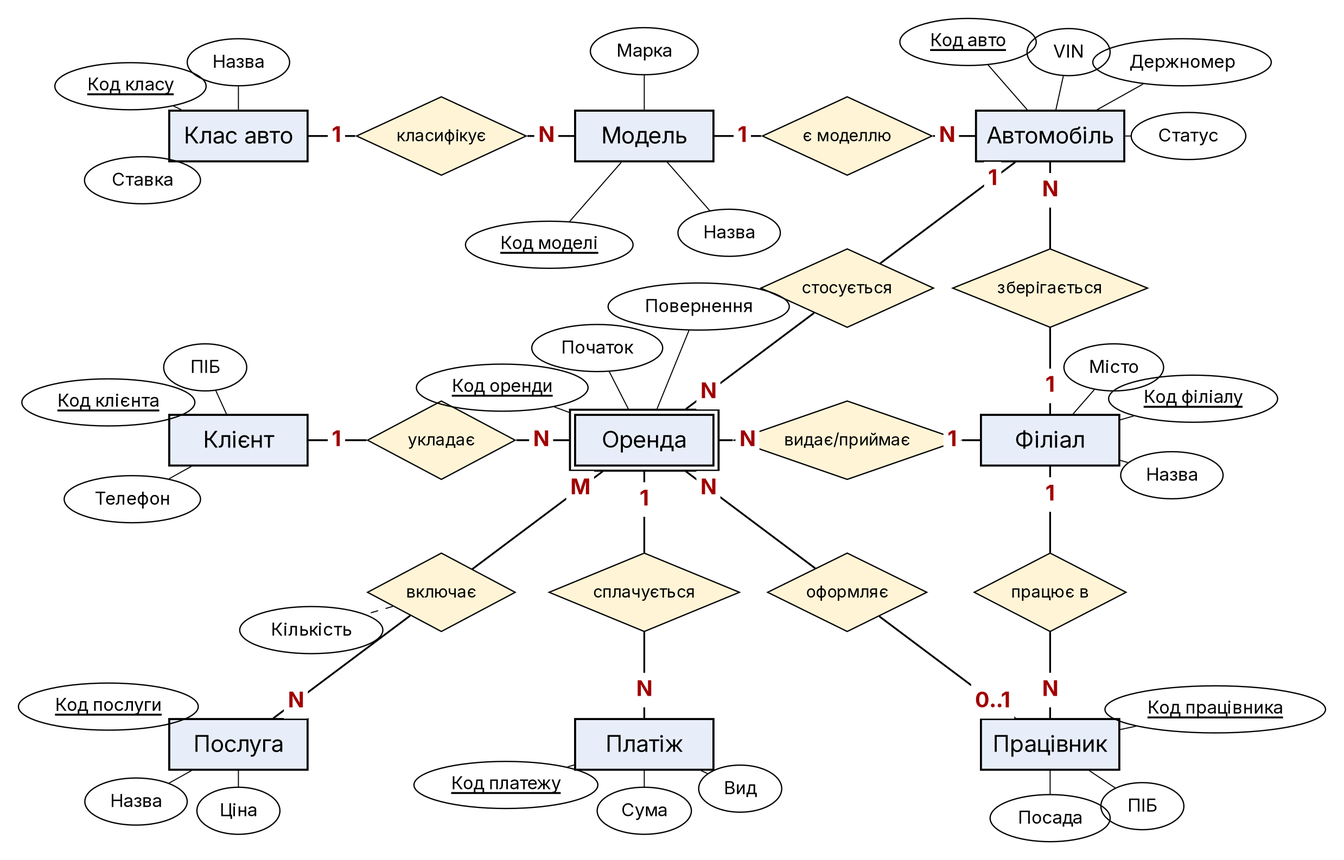
Before: db/pr-1.1/img/er_infological.png, a diagram exported from Graphviz (brizzinck/krinzhrepoduta). Its source is kept beside it as db/pr-1.1/er_infological.dot.
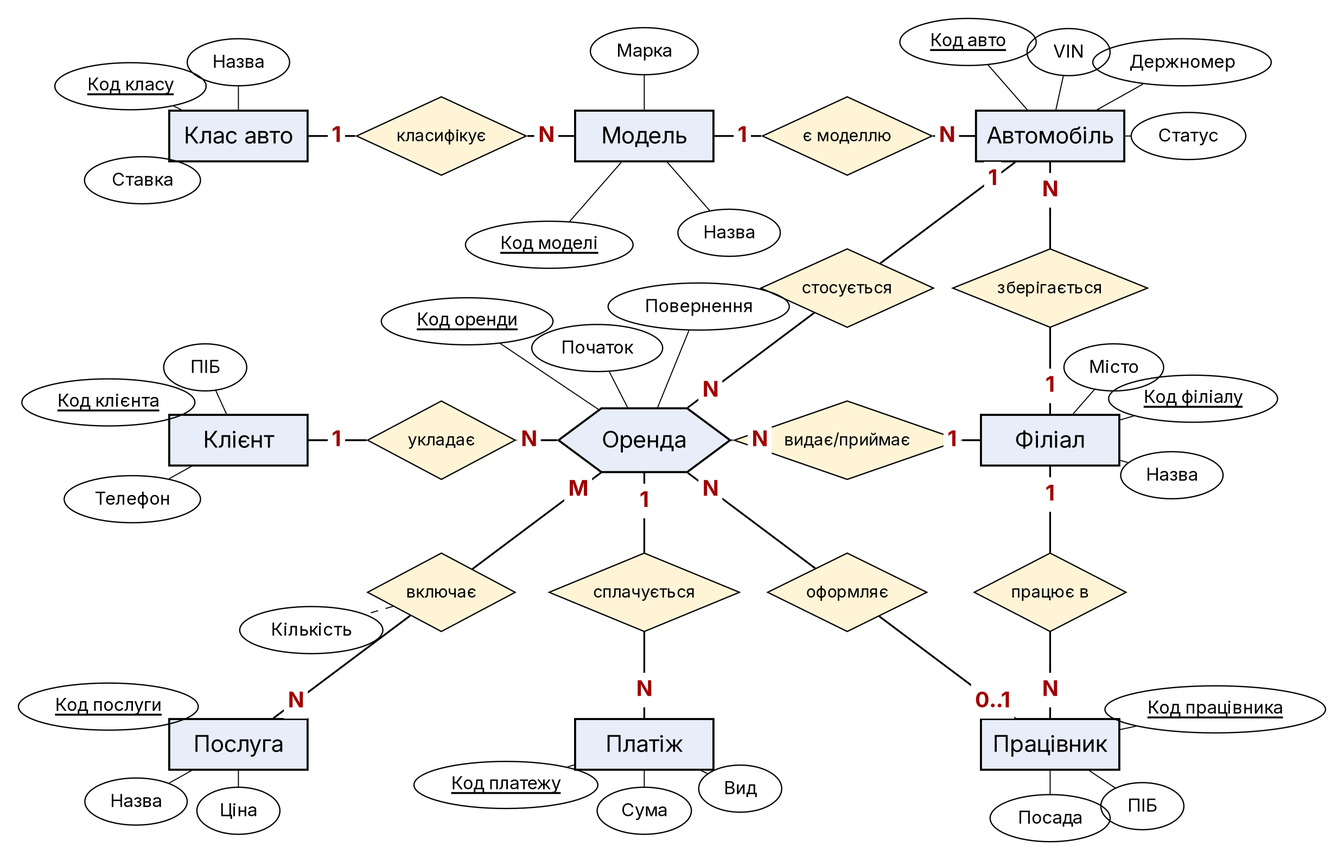
After the commit.

What changed in the source:
```diff
@@ -1,21 +1,21 @@
 graph infological {
   layout=neato; splines=false; overlap=true; pad=0.2;
   node [fontname="DejaVu Sans", fontsize=13]; edge [fontname="DejaVu Sans", fontsize=13, fontcolor="#a00000", labeldistance=2.0, labelangle=0];
-  class [label="Клас авто", shape=box, style=filled, fillcolor="#e8eef9", penwidth=1.6, peripheries=1, width=1.5, height=0.55, fontsize=18, pos="0.00,6.60!"];
+  class [label="Клас авто", shape=box, style=filled, fillcolor="#e8eef9", penwidth=1.6, width=1.5, height=0.55, fontsize=18, pos="0.00,6.60!"];
   class_a0 [label=<<U>Код класу</U>>, shape=ellipse, fontsize=14, width=0.9, height=0.4, pos="-1.17,7.14!"];
   class -- class_a0 [penwidth=0.8];
   class_a1 [label="Назва", shape=ellipse, fontsize=14, width=0.9, height=0.4, pos="0.00,7.40!"];
   class -- class_a1 [penwidth=0.8];
   class_a2 [label="Ставка", shape=ellipse, fontsize=14, width=0.9, height=0.4, pos="-1.04,6.12!"];
   class -- class_a2 [penwidth=0.8];
-  model [label="Модель", shape=box, style=filled, fillcolor="#e8eef9", penwidth=1.6, peripheries=1, width=1.5, height=0.55, fontsize=18, pos="4.40,6.60!"];
+  model [label="Модель", shape=box, style=filled, fillcolor="#e8eef9", penwidth=1.6, width=1.5, height=0.55, fontsize=18, pos="4.40,6.60!"];
   model_a0 [label=<<U>Код моделі</U>>, shape=ellipse, fontsize=14, width=0.9, height=0.4, pos="3.37,5.42!"];
   model -- model_a0 [penwidth=0.8];
   model_a1 [label="Марка", shape=ellipse, fontsize=14, width=0.9, height=0.4, pos="4.40,7.52!"];
   model -- model_a1 [penwidth=0.8];
   model_a2 [label="Назва", shape=ellipse, fontsize=14, width=0.9, height=0.4, pos="5.32,5.55!"];
   model -- model_a2 [penwidth=0.8];
-  car [label="Автомобіль", shape=box, style=filled, fillcolor="#e8eef9", penwidth=1.6, peripheries=1, width=1.5, height=0.55, fontsize=18, pos="8.80,6.60!"];
+  car [label="Автомобіль", shape=box, style=filled, fillcolor="#e8eef9", penwidth=1.6, width=1.5, height=0.55, fontsize=18, pos="8.80,6.60!"];
   car_a0 [label=<<U>Код авто</U>>, shape=ellipse, fontsize=14, width=0.9, height=0.4, pos="7.91,7.62!"];
   car -- car_a0 [penwidth=0.8];
   car_a1 [label="VIN", shape=ellipse, fontsize=14, width=0.9, height=0.4, pos="9.00,7.51!"];
@@ -24,42 +24,42 @@
   car -- car_a2 [penwidth=0.8];
   car_a3 [label="Статус", shape=ellipse, fontsize=14, width=0.9, height=0.4, pos="10.30,6.60!"];
   car -- car_a3 [penwidth=0.8];
-  branch [label="Філіал", shape=box, style=filled, fillcolor="#e8eef9", penwidth=1.6, peripheries=1, width=1.5, height=0.55, fontsize=18, pos="8.80,3.30!"];
+  branch [label="Філіал", shape=box, style=filled, fillcolor="#e8eef9", penwidth=1.6, width=1.5, height=0.55, fontsize=18, pos="8.80,3.30!"];
   branch_a0 [label=<<U>Код філіалу</U>>, shape=ellipse, fontsize=14, width=0.9, height=0.4, pos="10.35,3.75!"];
   branch -- branch_a0 [penwidth=0.8];
   branch_a1 [label="Назва", shape=ellipse, fontsize=14, width=0.9, height=0.4, pos="10.12,2.92!"];
   branch -- branch_a1 [penwidth=0.8];
   branch_a2 [label="Місто", shape=ellipse, fontsize=14, width=0.9, height=0.4, pos="9.49,4.09!"];
   branch -- branch_a2 [penwidth=0.8];
-  emp [label="Працівник", shape=box, style=filled, fillcolor="#e8eef9", penwidth=1.6, peripheries=1, width=1.5, height=0.55, fontsize=18, pos="8.80,0.00!"];
+  emp [label="Працівник", shape=box, style=filled, fillcolor="#e8eef9", penwidth=1.6, width=1.5, height=0.55, fontsize=18, pos="8.80,0.00!"];
   emp_a0 [label=<<U>Код працівника</U>>, shape=ellipse, fontsize=14, width=0.9, height=0.4, pos="10.59,0.38!"];
   emp -- emp_a0 [penwidth=0.8];
   emp_a1 [label="ПІБ", shape=ellipse, fontsize=14, width=0.9, height=0.4, pos="9.80,-0.67!"];
   emp -- emp_a1 [penwidth=0.8];
   emp_a2 [label="Посада", shape=ellipse, fontsize=14, width=0.9, height=0.4, pos="8.80,-0.80!"];
   emp -- emp_a2 [penwidth=0.8];
-  cust [label="Клієнт", shape=box, style=filled, fillcolor="#e8eef9", penwidth=1.6, peripheries=1, width=1.5, height=0.55, fontsize=18, pos="0.00,3.30!"];
+  cust [label="Клієнт", shape=box, style=filled, fillcolor="#e8eef9", penwidth=1.6, width=1.5, height=0.55, fontsize=18, pos="0.00,3.30!"];
   cust_a0 [label=<<U>Код клієнта</U>>, shape=ellipse, fontsize=14, width=0.9, height=0.4, pos="-1.41,3.71!"];
   cust -- cust_a0 [penwidth=0.8];
   cust_a1 [label="ПІБ", shape=ellipse, fontsize=14, width=0.9, height=0.4, pos="-0.36,4.09!"];
   cust -- cust_a1 [penwidth=0.8];
   cust_a2 [label="Телефон", shape=ellipse, fontsize=14, width=0.9, height=0.4, pos="-1.15,2.66!"];
   cust -- cust_a2 [penwidth=0.8];
-  rent [label="Оренда", shape=box, style=filled, fillcolor="#e8eef9", penwidth=1.6, peripheries=2, width=1.5, height=0.55, fontsize=18, pos="4.40,3.30!"];
-  rent_a0 [label=<<U>Код оренди</U>>, shape=ellipse, fontsize=14, width=0.9, height=0.4, pos="2.86,3.87!"];
+  rent [label="Оренда", shape=hexagon, style=filled, fillcolor="#e8eef9", penwidth=1.6, width=1.5, height=0.55, fontsize=18, pos="4.40,3.30!"];
+  rent_a0 [label=<<U>Код оренди</U>>, shape=ellipse, fontsize=14, width=0.9, height=0.4, pos="2.48,4.59!"];
   rent -- rent_a0 [penwidth=0.8];
   rent_a1 [label="Початок", shape=ellipse, fontsize=14, width=0.9, height=0.4, pos="3.89,4.30!"];
   rent -- rent_a1 [penwidth=0.8];
   rent_a2 [label="Повернення", shape=ellipse, fontsize=14, width=0.9, height=0.4, pos="4.99,4.75!"];
   rent -- rent_a2 [penwidth=0.8];
-  pay [label="Платіж", shape=box, style=filled, fillcolor="#e8eef9", penwidth=1.6, peripheries=1, width=1.5, height=0.55, fontsize=18, pos="4.40,0.00!"];
+  pay [label="Платіж", shape=box, style=filled, fillcolor="#e8eef9", penwidth=1.6, width=1.5, height=0.55, fontsize=18, pos="4.40,0.00!"];
   pay_a0 [label=<<U>Код платежу</U>>, shape=ellipse, fontsize=14, width=0.9, height=0.4, pos="2.90,-0.44!"];
   pay -- pay_a0 [penwidth=0.8];
   pay_a1 [label="Сума", shape=ellipse, fontsize=14, width=0.9, height=0.4, pos="4.40,-0.72!"];
   pay -- pay_a1 [penwidth=0.8];
   pay_a2 [label="Вид", shape=ellipse, fontsize=14, width=0.9, height=0.4, pos="5.44,-0.48!"];
   pay -- pay_a2 [penwidth=0.8];
-  extra [label="Послуга", shape=box, style=filled, fillcolor="#e8eef9", penwidth=1.6, peripheries=1, width=1.5, height=0.55, fontsize=18, pos="0.00,0.00!"];
+  extra [label="Послуга", shape=box, style=filled, fillcolor="#e8eef9", penwidth=1.6, width=1.5, height=0.55, fontsize=18, pos="0.00,0.00!"];
   extra_a0 [label=<<U>Код послуги</U>>, shape=ellipse, fontsize=14, width=0.9, height=0.4, pos="-1.41,0.41!"];
   extra -- extra_a0 [penwidth=0.8];
   extra_a1 [label="Назва", shape=ellipse, fontsize=14, width=0.9, height=0.4, pos="-1.11,-0.62!"];
```
